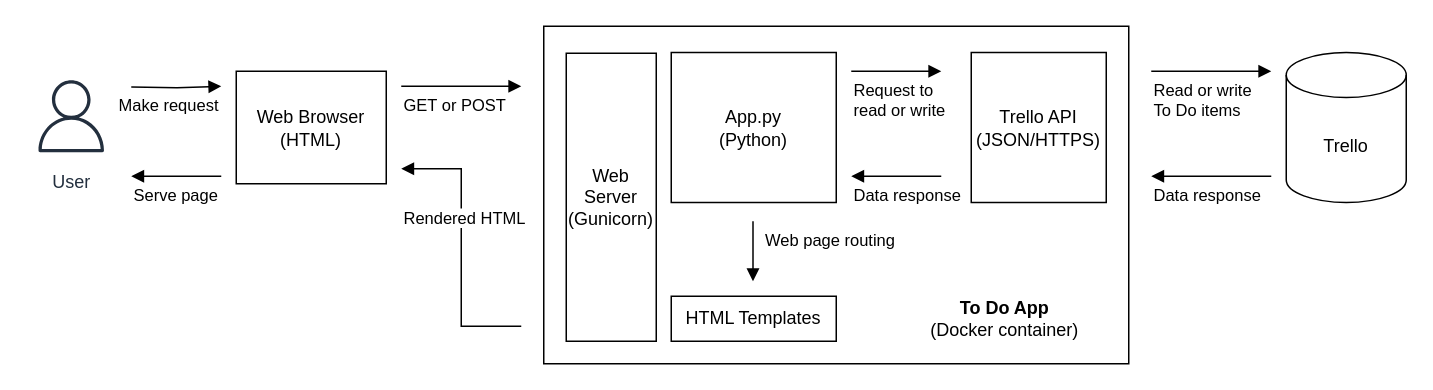
Above: Container Diagram.drawio in ma7nas/DevOps-Course-Starter (draw.io), before the change. Source tidied: cells renumbered, new cells numbered last; positions are measured from the earlier drawing's top-left corner, leaving out a move shared by most shapes. Both pictures are drawn from the tidied source at 150%, with x=0, y=0 at pixel (26, 26).
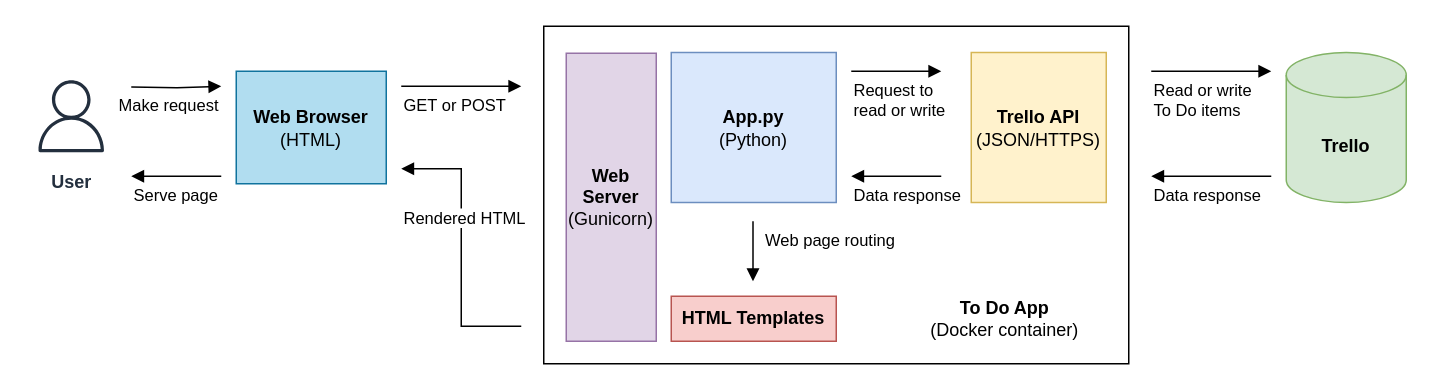
The same diagram, later.

The edit, as a diff of the source:
```diff
@@
-    <mxCell id="2" value="User" style="sketch=0;fontColor=#232F3E;gradientColor=none;strokeColor=#232F3E;fillColor=#ffffff;dashed=0;verticalLabelPosition=bottom;verticalAlign=top;align=center;html=1;fontSize=12;fontStyle=0;shape=mxgraph.aws4.resourceIcon;resIcon=mxgraph.aws4.user;" parent="1" vertex="1">
+    <mxCell id="2" value="&lt;b&gt;User&lt;/b&gt;" style="sketch=0;fontColor=#232F3E;gradientColor=none;strokeColor=#232F3E;fillColor=#ffffff;dashed=0;verticalLabelPosition=bottom;verticalAlign=top;align=center;html=1;fontSize=12;fontStyle=0;shape=mxgraph.aws4.resourceIcon;resIcon=mxgraph.aws4.user;" parent="1" vertex="1">
       <mxGeometry y="30" width="60" height="60" as="geometry" />
     </mxCell>
@@
-    <mxCell id="5" value="Trello" style="shape=cylinder3;whiteSpace=wrap;html=1;boundedLbl=1;backgroundOutline=1;size=15;" parent="1" vertex="1">
+    <mxCell id="5" value="&lt;b&gt;Trello&lt;/b&gt;" style="shape=cylinder3;whiteSpace=wrap;html=1;boundedLbl=1;backgroundOutline=1;size=15;fillColor=#d5e8d4;strokeColor=#82b366;" parent="1" vertex="1">
       <mxGeometry x="840" y="17.5" width="80" height="100" as="geometry" />
     </mxCell>
-    <mxCell id="6" value="Web Browser (HTML)" style="rounded=0;whiteSpace=wrap;html=1;" parent="1" vertex="1">
+    <mxCell id="6" value="&lt;b&gt;Web Browser &lt;/b&gt;(HTML)" style="rounded=0;whiteSpace=wrap;html=1;fillColor=#b1ddf0;strokeColor=#10739e;" parent="1" vertex="1">
       <mxGeometry x="140" y="30" width="100" height="75" as="geometry" />
     </mxCell>
@@
-    <mxCell id="11" value="HTML Templates" style="rounded=0;whiteSpace=wrap;html=1;" parent="1" vertex="1">
+    <mxCell id="11" value="&lt;b&gt;HTML Templates&lt;/b&gt;" style="rounded=0;whiteSpace=wrap;html=1;fillColor=#f8cecc;strokeColor=#b85450;" parent="1" vertex="1">
       <mxGeometry x="430" y="180" width="110" height="30" as="geometry" />
     </mxCell>
-    <mxCell id="12" value="Trello API&lt;br&gt;(JSON/HTTPS)" style="rounded=0;whiteSpace=wrap;html=1;" parent="1" vertex="1">
+    <mxCell id="12" value="&lt;b&gt;Trello API&lt;br&gt;&lt;/b&gt;(JSON/HTTPS)" style="rounded=0;whiteSpace=wrap;html=1;fillColor=#fff2cc;strokeColor=#d6b656;" parent="1" vertex="1">
       <mxGeometry x="630" y="17.5" width="90" height="100" as="geometry" />
     </mxCell>
-    <mxCell id="13" value="App.py&lt;br&gt;(Python)" style="rounded=0;whiteSpace=wrap;html=1;" parent="1" vertex="1">
+    <mxCell id="13" value="&lt;b&gt;App.py&lt;/b&gt;&lt;br&gt;(Python)" style="rounded=0;whiteSpace=wrap;html=1;fillColor=#dae8fc;strokeColor=#6c8ebf;" parent="1" vertex="1">
       <mxGeometry x="430" y="17.5" width="110" height="100" as="geometry" />
     </mxCell>
@@
-    <mxCell id="18" value="Web Server&lt;br&gt;(Gunicorn)" style="rounded=0;whiteSpace=wrap;html=1;" parent="1" vertex="1">
+    <mxCell id="18" value="&lt;b&gt;Web Server&lt;br&gt;&lt;/b&gt;(Gunicorn)" style="rounded=0;whiteSpace=wrap;html=1;fillColor=#e1d5e7;strokeColor=#9673a6;" parent="1" vertex="1">
       <mxGeometry x="360" y="18" width="60" height="192" as="geometry" />
     </mxCell>
```
